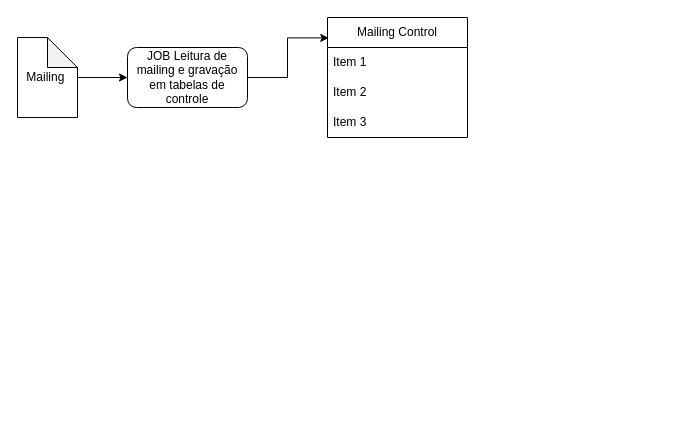
Above: 128002 RGC765 Tombamento de base involuntária.drawio in samirali/ClaroBrasil (draw.io), before the change. Source tidied: cells renumbered, new cells numbered last; positions are measured from the earlier drawing's top-left corner, leaving out a move shared by most shapes. Both pictures are drawn from the tidied source at 100%, with x=0, y=0 at pixel (17, 17).
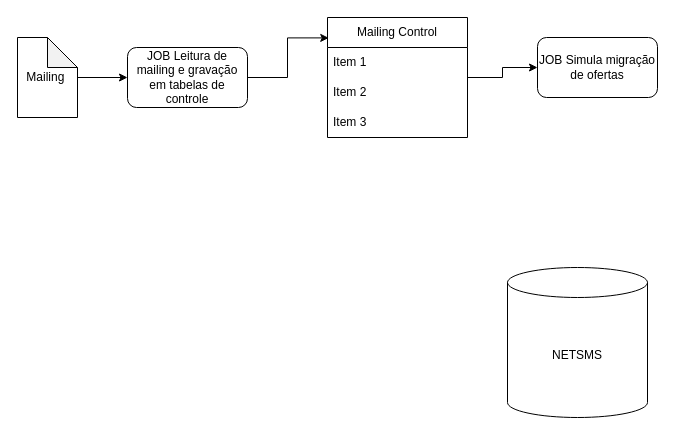
Above is the later version.

Change to the diagram source:
```diff
@@
 <mxGraphModel>
   <root>
     <mxCell id="0" />
     <mxCell id="1" parent="0" />
     <mxCell id="2" style="edgeStyle=orthogonalEdgeStyle;rounded=0;jettySize=auto;html=1;" parent="1" edge="1" source="3" target="4">
       <mxGeometry relative="1" as="geometry" />
     </mxCell>
     <mxCell id="3" value="Mailing&amp;nbsp;" style="shape=note;whiteSpace=wrap;html=1;backgroundOutline=1;darkOpacity=0.05;" parent="1" vertex="1">
       <mxGeometry y="20" width="60" height="80" as="geometry" />
     </mxCell>
     <mxCell id="4" value="JOB Leitura de mailing e gravação em tabelas de controle" style="rounded=1;whiteSpace=wrap;html=1;" parent="1" vertex="1">
       <mxGeometry x="110" y="30" width="120" height="60" as="geometry" />
     </mxCell>
+    <mxCell id="10" style="edgeStyle=orthogonalEdgeStyle;rounded=0;jettySize=auto;html=1;entryX=0;entryY=0.5;entryDx=0;entryDy=0;" parent="1" edge="1" source="5" target="12">
+      <mxGeometry relative="1" as="geometry" />
+    </mxCell>
     <mxCell id="5" value="Mailing Control" style="swimlane;fontStyle=0;horizontal=1;startSize=30;whiteSpace=wrap;html=1;" parent="1" vertex="1">
       <mxGeometry x="310" width="140" height="120" as="geometry" />
     </mxCell>
     <mxCell id="6" value="Item 1" style="text;strokeColor=none;fillColor=none;align=left;verticalAlign=middle;spacingLeft=4;spacingRight=4;overflow=hidden;whiteSpace=wrap;html=1;" parent="5" vertex="1">
       <mxGeometry y="30" width="140" height="30" as="geometry" />
     </mxCell>
     <mxCell id="7" value="Item 2" style="text;strokeColor=none;fillColor=none;align=left;verticalAlign=middle;spacingLeft=4;spacingRight=4;overflow=hidden;whiteSpace=wrap;html=1;" parent="5" vertex="1">
       <mxGeometry y="60" width="140" height="30" as="geometry" />
     </mxCell>
     <mxCell id="8" value="Item 3" style="text;strokeColor=none;fillColor=none;align=left;verticalAlign=middle;spacingLeft=4;spacingRight=4;overflow=hidden;whiteSpace=wrap;html=1;" parent="5" vertex="1">
       <mxGeometry y="90" width="140" height="30" as="geometry" />
     </mxCell>
     <mxCell id="9" style="edgeStyle=orthogonalEdgeStyle;rounded=0;jettySize=auto;html=1;entryX=0.009;entryY=0.17;entryDx=0;entryDy=0;entryPerimeter=0;" parent="1" edge="1" source="4" target="5">
       <mxGeometry relative="1" as="geometry" />
     </mxCell>
+    <mxCell id="11" value="NETSMS" style="shape=cylinder3;whiteSpace=wrap;html=1;boundedLbl=1;backgroundOutline=1;size=15;" parent="1" vertex="1">
+      <mxGeometry x="490" y="250" width="140" height="150" as="geometry" />
+    </mxCell>
+    <mxCell id="12" value="JOB Simula migração de ofertas" style="rounded=1;whiteSpace=wrap;html=1;" parent="1" vertex="1">
+      <mxGeometry x="520" y="20" width="120" height="60" as="geometry" />
+    </mxCell>
   </root>
 </mxGraphModel>
```
